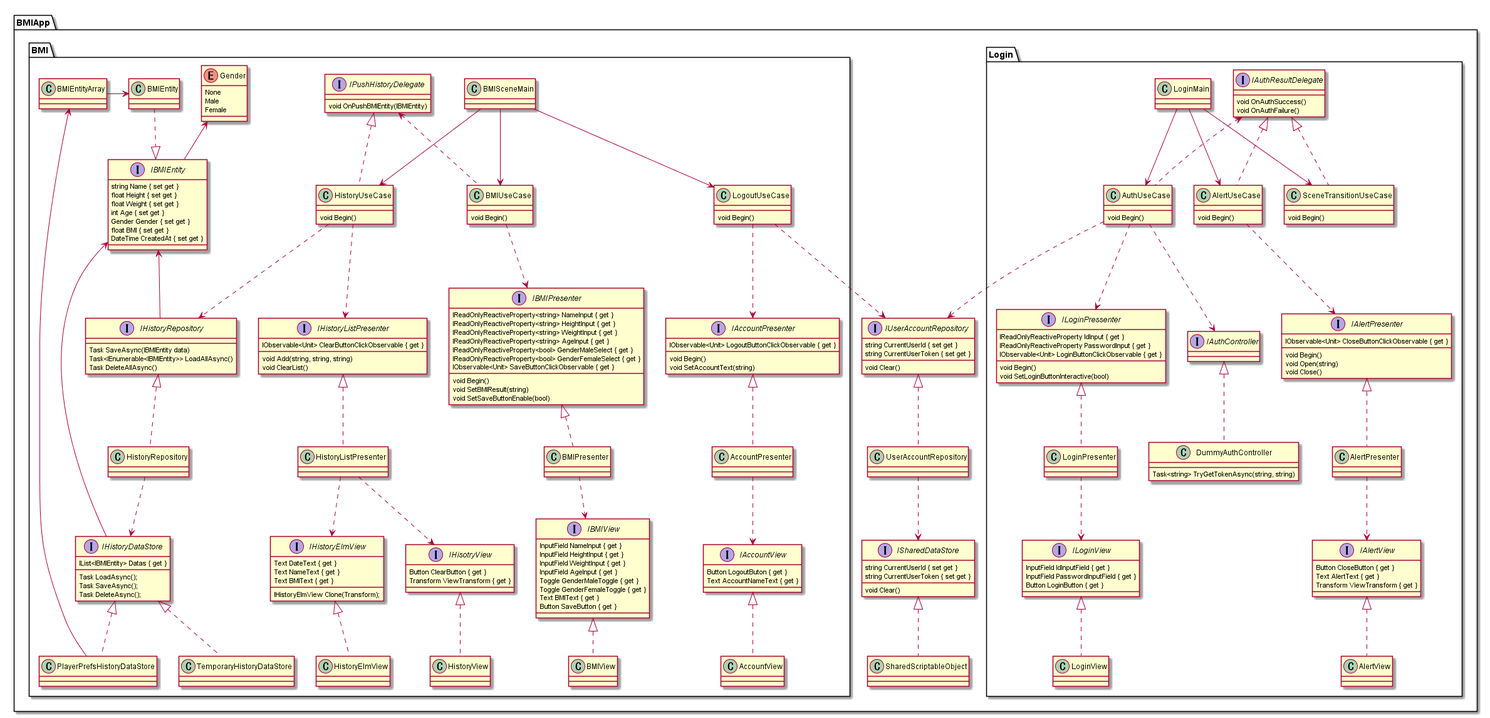
Before: doc/ca.png, a diagram exported from PlantUML (naninunenoy/UnityViewPatterns).
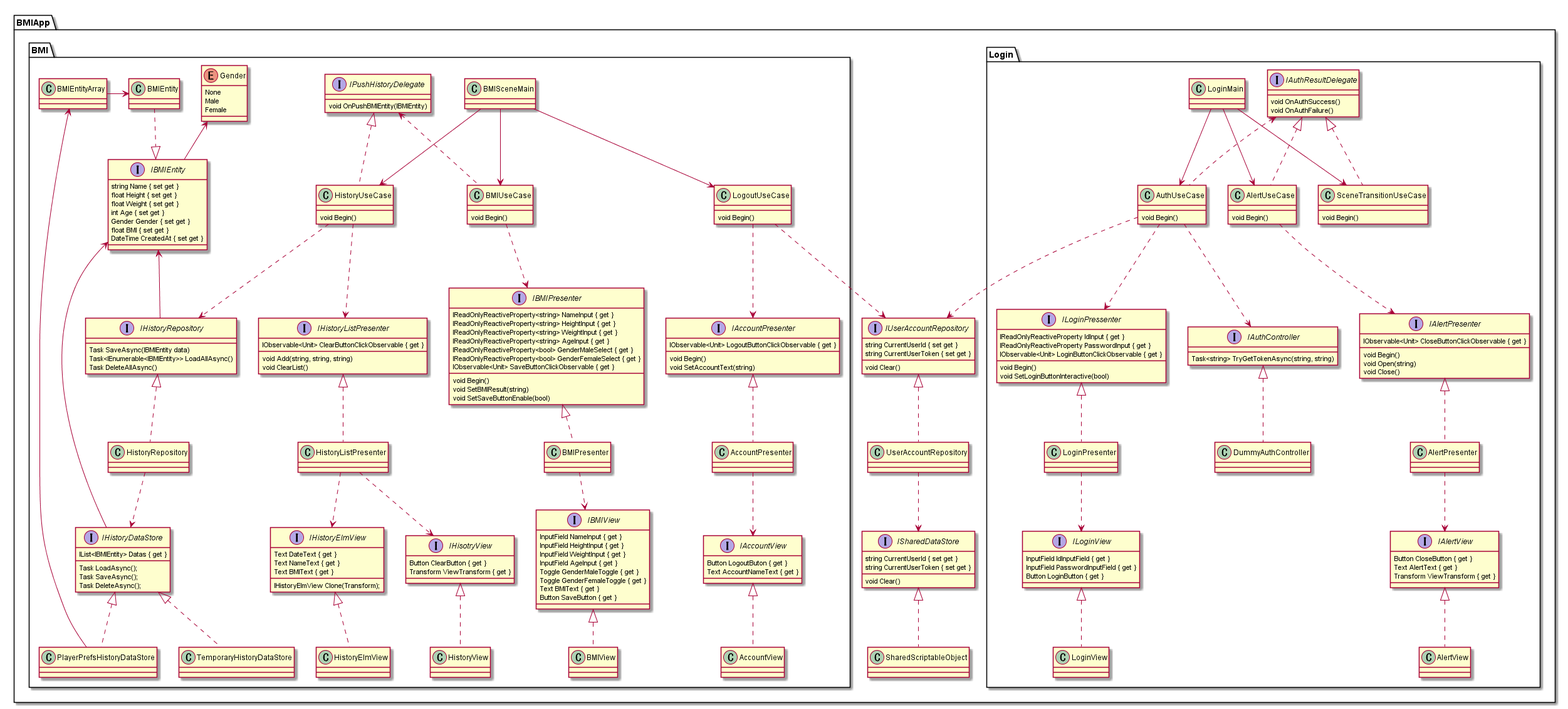
Above is the later version.

What changed in the source:
```diff
@@ -16,10 +16,10 @@
             void OnAuthSuccess()
             void OnAuthFailure()
         }
-        interface IAuthController
-        class DummyAuthController {
+        interface IAuthController {
             Task<string> TryGetTokenAsync(string, string)
         }
+        class DummyAuthController
         interface ILoginPressenter {
             IReadOnlyReactiveProperty IdInput { get }
             IReadOnlyReactiveProperty PasswordInput { get }
```
